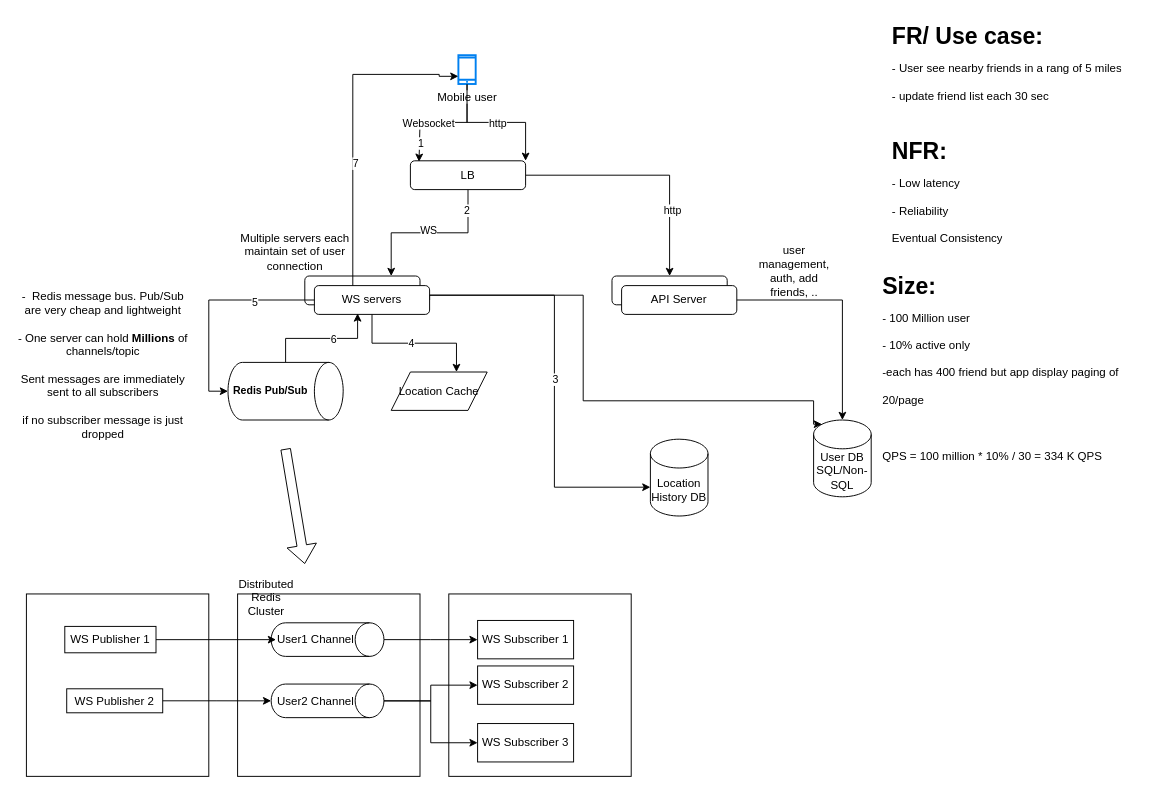
The draw.io diagram NearbyFriends.drawio in aismail2008/systemdesign, before the edit. Source tidied: cells renumbered, new cells numbered last; positions are measured from the earlier drawing's top-left corner, leaving out a move shared by most shapes. Both pictures are drawn from the tidied source at 96%, with x=0, y=0 at pixel (16, 16).
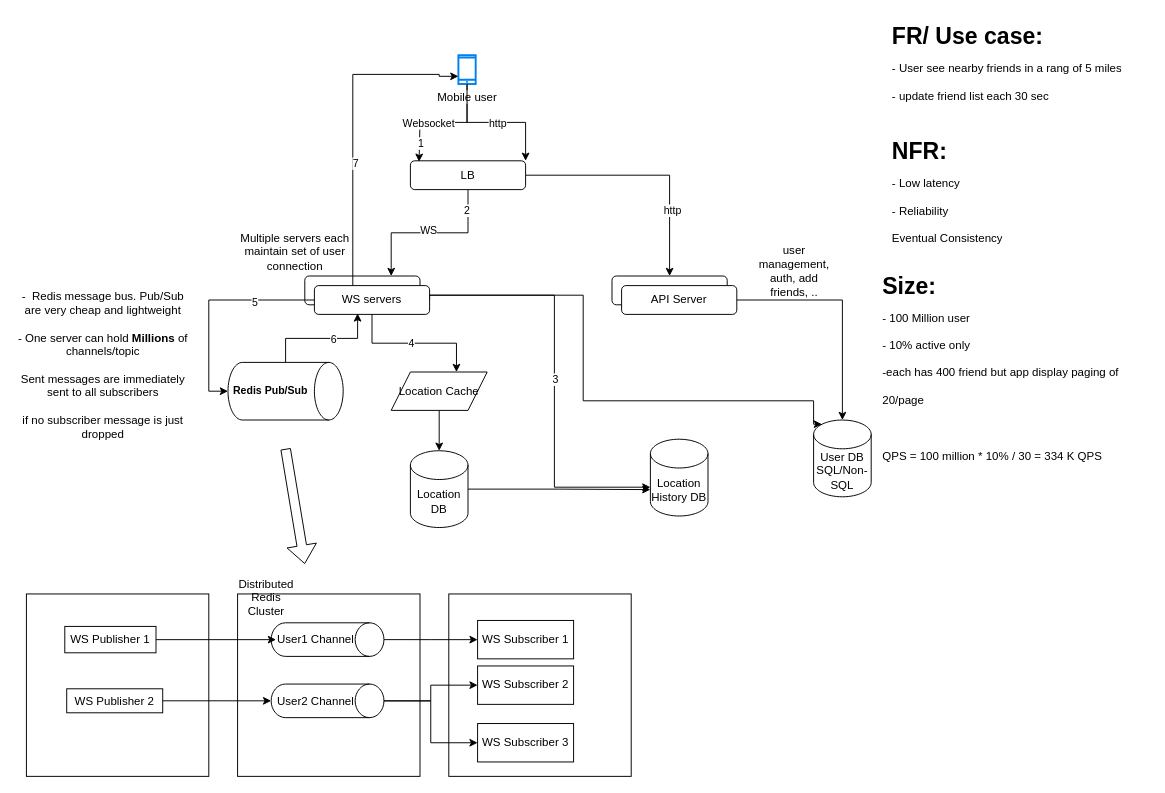
The same diagram, later.

Unchanged cells that the change refers to:
```xml
<mxCell id="26" value="Location History DB" style="shape=cylinder3;whiteSpace=wrap;html=1;boundedLbl=1;backgroundOutline=1;size=15;" parent="1" vertex="1">
  <mxGeometry x="660" y="440" width="60" height="80" as="geometry" />
</mxCell>
<mxCell id="27" value="Location Cache" style="shape=parallelogram;perimeter=parallelogramPerimeter;whiteSpace=wrap;html=1;fixedSize=1;" parent="1" vertex="1">
  <mxGeometry x="390" y="370" width="100" height="40" as="geometry" />
</mxCell>
```

Diff of the diagram source:
```diff
@@
+    <mxCell id="60" style="edgeStyle=orthogonalEdgeStyle;rounded=0;jettySize=auto;html=1;" parent="1" edge="1" source="27" target="61">
+      <mxGeometry relative="1" as="geometry" />
+    </mxCell>
@@
+    <mxCell id="61" value="Location DB" style="shape=cylinder3;whiteSpace=wrap;html=1;boundedLbl=1;backgroundOutline=1;size=15;" parent="1" vertex="1">
+      <mxGeometry x="410" y="452" width="60" height="80" as="geometry" />
+    </mxCell>
+    <mxCell id="62" style="edgeStyle=orthogonalEdgeStyle;rounded=0;jettySize=auto;html=1;entryX=0;entryY=0;entryDx=0;entryDy=52.5;entryPerimeter=0;" parent="1" edge="1" source="61" target="26">
+      <mxGeometry relative="1" as="geometry" />
+    </mxCell>
```
